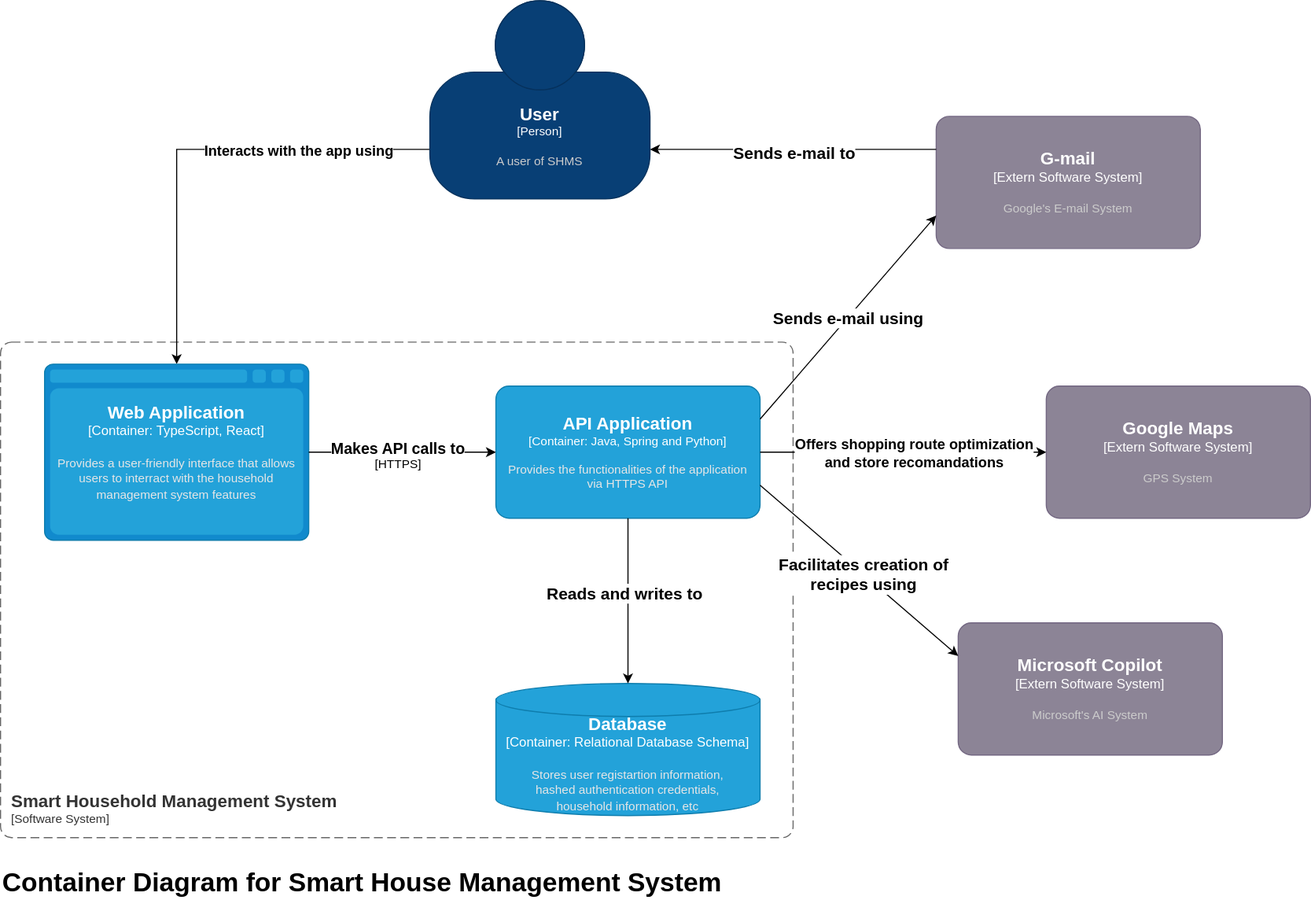
Before: Docs/Diagrams/Level 2/container.svg, a diagram exported from draw.io (LauraC360/SHMS_ProiectIP). Source tidied: cells renumbered, new cells last; positions are measured from the earlier drawing's top-left corner, leaving out a move shared by most shapes.
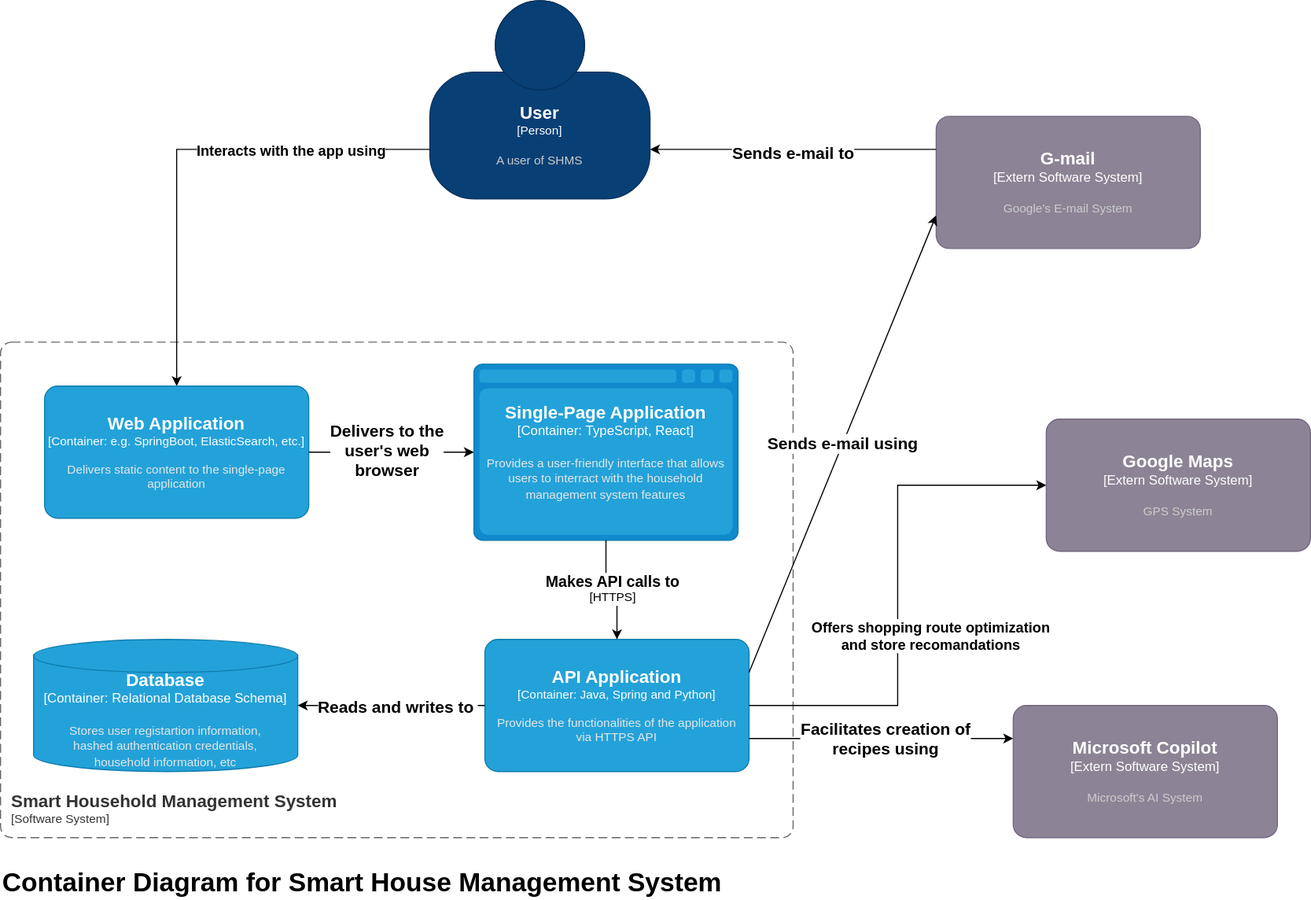
After the commit.

Commit message:
Container(update) and Level 3

Diff of the diagram source:
```diff
@@ -7,7 +7,7 @@
         <mxGeometry y="310" width="720" height="450" as="geometry" />
       </mxCell>
     </object>
-    <mxCell id="3" style="edgeStyle=orthogonalEdgeStyle;rounded=0;jettySize=auto;html=1;exitX=0;exitY=0.75;exitDx=0;exitDy=0;exitPerimeter=0;" parent="1" edge="1" source="5" target="9">
+    <mxCell id="3" style="edgeStyle=orthogonalEdgeStyle;rounded=0;jettySize=auto;html=1;exitX=0;exitY=0.75;exitDx=0;exitDy=0;exitPerimeter=0;entryX=0.5;entryY=0;entryDx=0;entryDy=0;entryPerimeter=0;" parent="1" edge="1" source="5" target="24">
       <mxGeometry relative="1" as="geometry" />
     </mxCell>
     <mxCell id="4" value="&lt;b&gt;&lt;font style=&quot;font-size: 13px;&quot;&gt;Interacts with the app using&lt;/font&gt;&lt;/b&gt;" style="edgeLabel;html=1;align=center;verticalAlign=middle;" parent="3" vertex="1">
@@ -27,25 +27,25 @@
     </object>
     <object id="7" label="&lt;font style=&quot;font-size: 16px&quot;&gt;&lt;b&gt;%c4Name%&lt;/b&gt;&lt;/font&gt;&lt;div&gt;[%c4Type%]&lt;/div&gt;&lt;br&gt;&lt;div&gt;&lt;font style=&quot;font-size: 11px&quot;&gt;&lt;font color=&quot;#cccccc&quot;&gt;%c4Description%&lt;/font&gt;&lt;/div&gt;" c4Description="GPS System" c4Name="Google Maps" c4Type="Extern Software System" placeholders="1">
       <mxCell style="rounded=1;whiteSpace=wrap;html=1;labelBackgroundColor=none;fillColor=#8C8496;fontColor=#ffffff;align=center;arcSize=10;strokeColor=#736782;points=[[0.25,0,0],[0.5,0,0],[0.75,0,0],[1,0.25,0],[1,0.5,0],[1,0.75,0],[0.75,1,0],[0.5,1,0],[0.25,1,0],[0,0.75,0],[0,0.5,0],[0,0.25,0]];" parent="1" vertex="1">
-        <mxGeometry x="950" y="350" width="240" height="120" as="geometry" />
+        <mxGeometry x="950" y="380" width="240" height="120" as="geometry" />
       </mxCell>
     </object>
     <object id="8" label="&lt;font style=&quot;font-size: 16px&quot;&gt;&lt;b&gt;%c4Name%&lt;/b&gt;&lt;/font&gt;&lt;div&gt;[%c4Type%]&lt;/div&gt;&lt;br&gt;&lt;div&gt;&lt;font style=&quot;font-size: 11px&quot;&gt;&lt;font color=&quot;#cccccc&quot;&gt;%c4Description%&lt;/font&gt;&lt;/div&gt;" c4Description="Microsoft's AI System " c4Name="Microsoft Copilot" c4Type="Extern Software System" placeholders="1">
       <mxCell style="rounded=1;whiteSpace=wrap;html=1;labelBackgroundColor=none;fillColor=#8C8496;fontColor=#ffffff;align=center;arcSize=10;strokeColor=#736782;points=[[0.25,0,0],[0.5,0,0],[0.75,0,0],[1,0.25,0],[1,0.5,0],[1,0.75,0],[0.75,1,0],[0.5,1,0],[0.25,1,0],[0,0.75,0],[0,0.5,0],[0,0.25,0]];" parent="1" vertex="1">
-        <mxGeometry x="870" y="565" width="240" height="120" as="geometry" />
+        <mxGeometry x="920" y="640" width="240" height="120" as="geometry" />
       </mxCell>
     </object>
-    <object id="9" label="&lt;font style=&quot;font-size: 16px&quot;&gt;&lt;b&gt;%c4Type%&lt;/b&gt;&lt;/font&gt;&lt;div&gt;[%c4Container%:&amp;nbsp;%c4Technology%]&lt;/div&gt;&lt;br&gt;&lt;div&gt;&lt;font style=&quot;font-size: 11px&quot;&gt;&lt;font color=&quot;#E6E6E6&quot;&gt;%c4Description%&lt;/font&gt;&lt;/div&gt;" c4Container="Container" c4Description="Provides a user-friendly interface that allows users to interract with the household management system features" c4Technology="TypeScript, React" c4Type="Web Application" placeholders="1">
+    <object id="9" label="&lt;font style=&quot;font-size: 16px&quot;&gt;&lt;b&gt;%c4Type%&lt;/b&gt;&lt;/font&gt;&lt;div&gt;[%c4Container%:&amp;nbsp;%c4Technology%]&lt;/div&gt;&lt;br&gt;&lt;div&gt;&lt;font style=&quot;font-size: 11px&quot;&gt;&lt;font color=&quot;#E6E6E6&quot;&gt;%c4Description%&lt;/font&gt;&lt;/div&gt;" c4Container="Container" c4Description="Provides a user-friendly interface that allows users to interract with the household management system features" c4Technology="TypeScript, React" c4Type="Single-Page Application" placeholders="1">
       <mxCell style="shape=mxgraph.c4.webBrowserContainer2;whiteSpace=wrap;html=1;boundedLbl=1;rounded=0;labelBackgroundColor=none;strokeColor=#118ACD;fillColor=#23A2D9;strokeColor=#118ACD;strokeColor2=#0E7DAD;fontSize=12;fontColor=#ffffff;align=center;points=[[0.5,0,0],[1,0.25,0],[1,0.5,0],[1,0.75,0],[0.5,1,0],[0,0.75,0],[0,0.5,0],[0,0.25,0]];" parent="1" vertex="1">
-        <mxGeometry x="40" y="330" width="240" height="160" as="geometry" />
+        <mxGeometry x="430" y="330" width="240" height="160" as="geometry" />
       </mxCell>
     </object>
     <object id="10" label="&lt;font style=&quot;font-size: 16px&quot;&gt;&lt;b&gt;%c4Name%&lt;/b&gt;&lt;/font&gt;&lt;div&gt;[%c4Type%: %c4Technology%]&lt;/div&gt;&lt;br&gt;&lt;div&gt;&lt;font style=&quot;font-size: 11px&quot;&gt;&lt;font color=&quot;#E6E6E6&quot;&gt;%c4Description%&lt;/font&gt;&lt;/div&gt;" c4Description="Provides the functionalities of the application &#10;via HTTPS API" c4Name="API Application" c4Technology="Java, Spring and Python" c4Type="Container" placeholders="1">
       <mxCell style="rounded=1;whiteSpace=wrap;html=1;fontSize=11;labelBackgroundColor=none;fillColor=#23A2D9;fontColor=#ffffff;align=center;arcSize=10;strokeColor=#0E7DAD;points=[[0.25,0,0],[0.5,0,0],[0.75,0,0],[1,0.25,0],[1,0.5,0],[1,0.75,0],[0.75,1,0],[0.5,1,0],[0.25,1,0],[0,0.75,0],[0,0.5,0],[0,0.25,0]];" parent="1" vertex="1">
-        <mxGeometry x="450" y="350" width="240" height="120" as="geometry" />
+        <mxGeometry x="440" y="580" width="240" height="120" as="geometry" />
       </mxCell>
     </object>
-    <mxCell id="11" style="edgeStyle=orthogonalEdgeStyle;rounded=0;jettySize=auto;html=1;exitX=1;exitY=0.5;exitDx=0;exitDy=0;exitPerimeter=0;entryX=0;entryY=0.5;entryDx=0;entryDy=0;entryPerimeter=0;" parent="1" edge="1" source="9" target="10">
+    <mxCell id="11" style="edgeStyle=orthogonalEdgeStyle;rounded=0;jettySize=auto;html=1;exitX=0.5;exitY=1;exitDx=0;exitDy=0;exitPerimeter=0;entryX=0.5;entryY=0;entryDx=0;entryDy=0;entryPerimeter=0;" parent="1" edge="1" source="9" target="10">
       <mxGeometry relative="1" as="geometry" />
     </mxCell>
     <mxCell id="12" value="&lt;b&gt;&lt;font style=&quot;font-size: 14px;&quot;&gt;Makes API calls to&lt;/font&gt;&lt;/b&gt;&lt;br&gt;[HTTPS]" style="edgeLabel;html=1;align=center;verticalAlign=middle;" parent="11" vertex="1">
@@ -55,15 +55,15 @@
     </mxCell>
     <object id="13" label="&lt;font style=&quot;font-size: 16px&quot;&gt;&lt;b&gt;%c4Type%&lt;/b&gt;&lt;/font&gt;&lt;div&gt;[%c4Container%:&amp;nbsp;%c4Technology%]&lt;/div&gt;&lt;br&gt;&lt;div&gt;&lt;font style=&quot;font-size: 11px&quot;&gt;&lt;font color=&quot;#E6E6E6&quot;&gt;%c4Description%&lt;/font&gt;&lt;/div&gt;" c4Container="Container" c4Description="Stores user registartion information,&#10;hashed authentication credentials,&#10;household information, etc" c4Technology="Relational Database Schema" c4Type="Database" placeholders="1">
       <mxCell style="shape=cylinder3;size=15;whiteSpace=wrap;html=1;boundedLbl=1;rounded=0;labelBackgroundColor=none;fillColor=#23A2D9;fontSize=12;fontColor=#ffffff;align=center;strokeColor=#0E7DAD;points=[[0.5,0,0],[1,0.25,0],[1,0.5,0],[1,0.75,0],[0.5,1,0],[0,0.75,0],[0,0.5,0],[0,0.25,0]];" parent="1" vertex="1">
-        <mxGeometry x="450" y="620" width="240" height="120" as="geometry" />
+        <mxGeometry x="30" y="580" width="240" height="120" as="geometry" />
       </mxCell>
     </object>
-    <mxCell id="14" style="rounded=0;jettySize=auto;html=1;entryX=0.5;entryY=0;entryDx=0;entryDy=0;entryPerimeter=0;" parent="1" edge="1" source="10" target="13">
+    <mxCell id="14" style="rounded=0;jettySize=auto;html=1;entryX=1;entryY=0.5;entryDx=0;entryDy=0;entryPerimeter=0;" parent="1" edge="1" source="10" target="13">
       <mxGeometry relative="1" as="geometry" />
     </mxCell>
     <mxCell id="15" value="&lt;b&gt;&lt;font style=&quot;font-size: 15px;&quot;&gt;Reads and writes to&lt;/font&gt;&lt;/b&gt;&lt;b&gt;&lt;font style=&quot;font-size: 15px;&quot;&gt;&amp;nbsp;&lt;/font&gt;&lt;/b&gt;" style="edgeLabel;html=1;align=center;verticalAlign=middle;" parent="14" vertex="1">
       <mxGeometry x="-0.14" y="-2" relative="1" as="geometry">
-        <mxPoint y="2" as="offset" />
+        <mxPoint x="-7" y="2" as="offset" />
       </mxGeometry>
     </mxCell>
     <mxCell id="16" value="&lt;span style=&quot;font-size: 15px;&quot;&gt;&lt;b&gt;Sends e-mail using&lt;/b&gt;&lt;/span&gt;" style="rounded=0;jettySize=auto;html=1;exitX=1;exitY=0.25;exitDx=0;exitDy=0;exitPerimeter=0;entryX=0;entryY=0.75;entryDx=0;entryDy=0;entryPerimeter=0;" parent="1" edge="1" source="10" target="6">
@@ -96,5 +96,18 @@
     <mxCell id="23" value="&lt;b&gt;&lt;font style=&quot;font-size: 24px;&quot;&gt;Container Diagram for&amp;nbsp;Smart House Management System &amp;nbsp;&amp;nbsp;&lt;/font&gt;&lt;/b&gt;" style="text;html=1;align=left;verticalAlign=middle;whiteSpace=wrap;rounded=0;" parent="1" vertex="1">
       <mxGeometry y="786" width="780" height="30" as="geometry" />
     </mxCell>
+    <object id="24" label="&lt;font style=&quot;font-size: 16px&quot;&gt;&lt;b&gt;%c4Name%&lt;/b&gt;&lt;/font&gt;&lt;div&gt;[%c4Type%: %c4Technology%]&lt;/div&gt;&lt;br&gt;&lt;div&gt;&lt;font style=&quot;font-size: 11px&quot;&gt;&lt;font color=&quot;#E6E6E6&quot;&gt;%c4Description%&lt;/font&gt;&lt;/div&gt;" c4Description="Delivers static content to the single-page application" c4Name="Web Application" c4Technology="e.g. SpringBoot, ElasticSearch, etc." c4Type="Container" placeholders="1">
+      <mxCell style="rounded=1;whiteSpace=wrap;html=1;fontSize=11;labelBackgroundColor=none;fillColor=#23A2D9;fontColor=#ffffff;align=center;arcSize=10;strokeColor=#0E7DAD;points=[[0.25,0,0],[0.5,0,0],[0.75,0,0],[1,0.25,0],[1,0.5,0],[1,0.75,0],[0.75,1,0],[0.5,1,0],[0.25,1,0],[0,0.75,0],[0,0.5,0],[0,0.25,0]];" parent="1" vertex="1">
+        <mxGeometry x="40" y="350" width="240" height="120" as="geometry" />
+      </mxCell>
+    </object>
+    <mxCell id="25" style="edgeStyle=orthogonalEdgeStyle;rounded=0;jettySize=auto;html=1;exitX=1;exitY=0.5;exitDx=0;exitDy=0;exitPerimeter=0;entryX=0;entryY=0.5;entryDx=0;entryDy=0;entryPerimeter=0;" parent="1" edge="1" source="24" target="9">
+      <mxGeometry relative="1" as="geometry" />
+    </mxCell>
+    <mxCell id="26" value="&lt;b style=&quot;font-size: 15px;&quot;&gt;&lt;font style=&quot;font-size: 15px;&quot;&gt;Delivers to the&lt;/font&gt;&lt;/b&gt;&lt;div style=&quot;font-size: 15px;&quot;&gt;&lt;b&gt;&lt;font style=&quot;font-size: 15px;&quot;&gt;user's web&lt;/font&gt;&lt;/b&gt;&lt;/div&gt;&lt;div style=&quot;font-size: 15px;&quot;&gt;&lt;b style=&quot;&quot;&gt;&lt;font style=&quot;font-size: 15px;&quot;&gt;browser&lt;/font&gt;&lt;/b&gt;&lt;/div&gt;" style="edgeLabel;html=1;align=center;verticalAlign=middle;" parent="25" vertex="1">
+      <mxGeometry x="-0.21" y="3" relative="1" as="geometry">
+        <mxPoint x="10" as="offset" />
+      </mxGeometry>
+    </mxCell>
   </root>
 </mxGraphModel>
```
